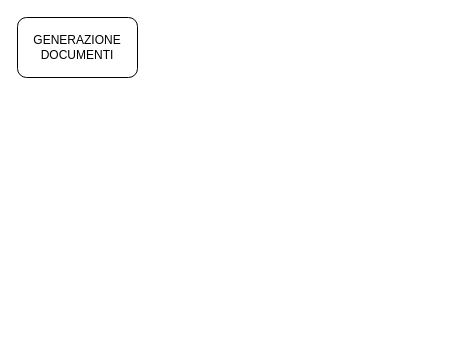
Above: Easy Notification.drawio in marcogarbujoabaco/drawio (draw.io), before the change. Source tidied: cells renumbered, new cells numbered last; positions are measured from the earlier drawing's top-left corner, leaving out a move shared by most shapes. Both pictures are drawn from the tidied source at 100%, with x=0, y=0 at pixel (17, 17).
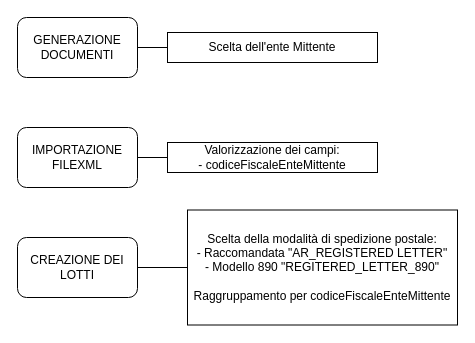
Above is the later version.

Diff of the diagram source:
```diff
@@
 <mxGraphModel>
   <root>
     <mxCell id="0" />
     <mxCell id="1" parent="0" />
     <mxCell id="2" value="GENERAZIONE DOCUMENTI" style="rounded=1;whiteSpace=wrap;html=1;" parent="1" vertex="1">
       <mxGeometry width="120" height="60" as="geometry" />
     </mxCell>
+    <mxCell id="3" value="Scelta dell'ente Mittente" style="text;html=1;align=center;verticalAlign=middle;whiteSpace=wrap;rounded=0;strokeColor=default;" parent="1" vertex="1">
+      <mxGeometry x="150" y="15" width="210" height="30" as="geometry" />
+    </mxCell>
+    <mxCell id="4" style="endArrow=none;html=1;rounded=0;entryX=0;entryY=0.5;entryDx=0;entryDy=0;exitX=1;exitY=0.5;exitDx=0;exitDy=0;" parent="1" edge="1" source="2" target="3">
+      <mxGeometry relative="1" as="geometry" />
+    </mxCell>
+    <mxCell id="5" value="&lt;div&gt;IMPORTAZIONE FILEXML&lt;/div&gt;" style="rounded=1;whiteSpace=wrap;html=1;" parent="1" vertex="1">
+      <mxGeometry y="110" width="120" height="60" as="geometry" />
+    </mxCell>
+    <mxCell id="6" value="Valorizzazione dei campi:&lt;br&gt;- codiceFiscaleEnteMittente" style="text;html=1;align=center;verticalAlign=middle;whiteSpace=wrap;rounded=0;strokeColor=default;" parent="1" vertex="1">
+      <mxGeometry x="150" y="125" width="210" height="30" as="geometry" />
+    </mxCell>
+    <mxCell id="7" style="endArrow=none;html=1;rounded=0;entryX=0;entryY=0.5;entryDx=0;entryDy=0;exitX=1;exitY=0.5;exitDx=0;exitDy=0;" parent="1" edge="1" target="6">
+      <mxGeometry relative="1" as="geometry">
+        <mxPoint x="120" y="140" as="sourcePoint" />
+      </mxGeometry>
+    </mxCell>
+    <mxCell id="8" value="CREAZIONE DEI LOTTI" style="rounded=1;whiteSpace=wrap;html=1;" parent="1" vertex="1">
+      <mxGeometry y="220" width="120" height="60" as="geometry" />
+    </mxCell>
+    <mxCell id="9" value="&lt;div&gt;Scelta della modalità di spedizione postale:&lt;/div&gt;&lt;div&gt;- Raccomandata &quot;AR_REGISTERED LETTER&quot;&lt;/div&gt;&lt;div&gt;- Modello 890 &quot;REGITERED_LETTER_890&quot;&lt;/div&gt;&lt;div&gt;&lt;br&gt;&lt;/div&gt;Raggruppamento per codiceFiscaleEnteMittente" style="text;html=1;align=center;verticalAlign=middle;whiteSpace=wrap;rounded=0;strokeColor=default;" parent="1" vertex="1">
+      <mxGeometry x="170" y="192.5" width="270" height="115" as="geometry" />
+    </mxCell>
+    <mxCell id="10" style="endArrow=none;html=1;rounded=0;entryX=0;entryY=0.5;entryDx=0;entryDy=0;exitX=1;exitY=0.5;exitDx=0;exitDy=0;" parent="1" edge="1" target="9">
+      <mxGeometry relative="1" as="geometry">
+        <mxPoint x="120" y="250" as="sourcePoint" />
+      </mxGeometry>
+    </mxCell>
   </root>
 </mxGraphModel>
```
